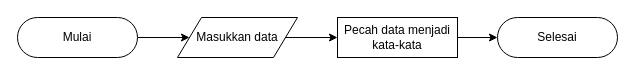
This is page "Tokenization" (5 of 9) of Untitled Diagram.drawio from mksyfla/analysis-sentiment-using-svm, a draw.io file, before an edit. Source tidied: cells renumbered, new cells numbered last; positions are measured from the earlier drawing's top-left corner, leaving out a move shared by most shapes. Both pictures are drawn from the tidied source at 100%, with x=0, y=0 at pixel (17, 17).
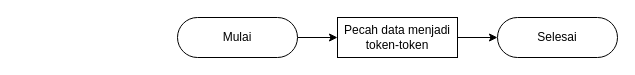
The same page after the edit.

Change to the diagram source:
```diff
@@
 <mxGraphModel>
   <root>
     <mxCell id="0" />
     <mxCell id="1" parent="0" />
-    <mxCell id="2" style="edgeStyle=orthogonalEdgeStyle;rounded=0;jettySize=auto;html=1;" parent="1" edge="1" source="3" target="8">
-      <mxGeometry relative="1" as="geometry" />
-    </mxCell>
+    <mxCell id="9" style="edgeStyle=orthogonalEdgeStyle;rounded=0;jettySize=auto;html=1;" parent="1" edge="1" source="3" target="6">
+      <mxGeometry relative="1" as="geometry" />
+    </mxCell>
     <mxCell id="3" value="Mulai" style="html=1;dashed=0;whiteSpace=wrap;shape=mxgraph.dfd.start;" parent="1" vertex="1">
-      <mxGeometry width="120" height="40" as="geometry" />
+      <mxGeometry x="160" width="120" height="40" as="geometry" />
     </mxCell>
     <mxCell id="4" value="Selesai" style="html=1;dashed=0;whiteSpace=wrap;shape=mxgraph.dfd.start;" parent="1" vertex="1">
       <mxGeometry x="480" width="120" height="40" as="geometry" />
     </mxCell>
     <mxCell id="5" style="edgeStyle=orthogonalEdgeStyle;rounded=0;jettySize=auto;html=1;" parent="1" edge="1" source="6" target="4">
       <mxGeometry relative="1" as="geometry" />
     </mxCell>
-    <mxCell id="6" value="&lt;div&gt;Pecah data menjadi&lt;/div&gt;&lt;div&gt;kata-kata&lt;/div&gt;" style="html=1;dashed=0;whiteSpace=wrap;" parent="1" vertex="1">
+    <mxCell id="6" value="&lt;div&gt;Pecah data menjadi&lt;/div&gt;&lt;div&gt;token-token&lt;/div&gt;" style="html=1;dashed=0;whiteSpace=wrap;" parent="1" vertex="1">
       <mxGeometry x="320" width="120" height="40" as="geometry" />
     </mxCell>
-    <mxCell id="7" style="edgeStyle=orthogonalEdgeStyle;rounded=0;jettySize=auto;html=1;" parent="1" edge="1" source="8" target="6">
-      <mxGeometry relative="1" as="geometry" />
-    </mxCell>
-    <mxCell id="8" value="&lt;div&gt;Masukkan data&lt;/div&gt;" style="shape=parallelogram;perimeter=parallelogramPerimeter;whiteSpace=wrap;html=1;dashed=0;" parent="1" vertex="1">
-      <mxGeometry x="160" width="120" height="40" as="geometry" />
-    </mxCell>
   </root>
 </mxGraphModel>
```
